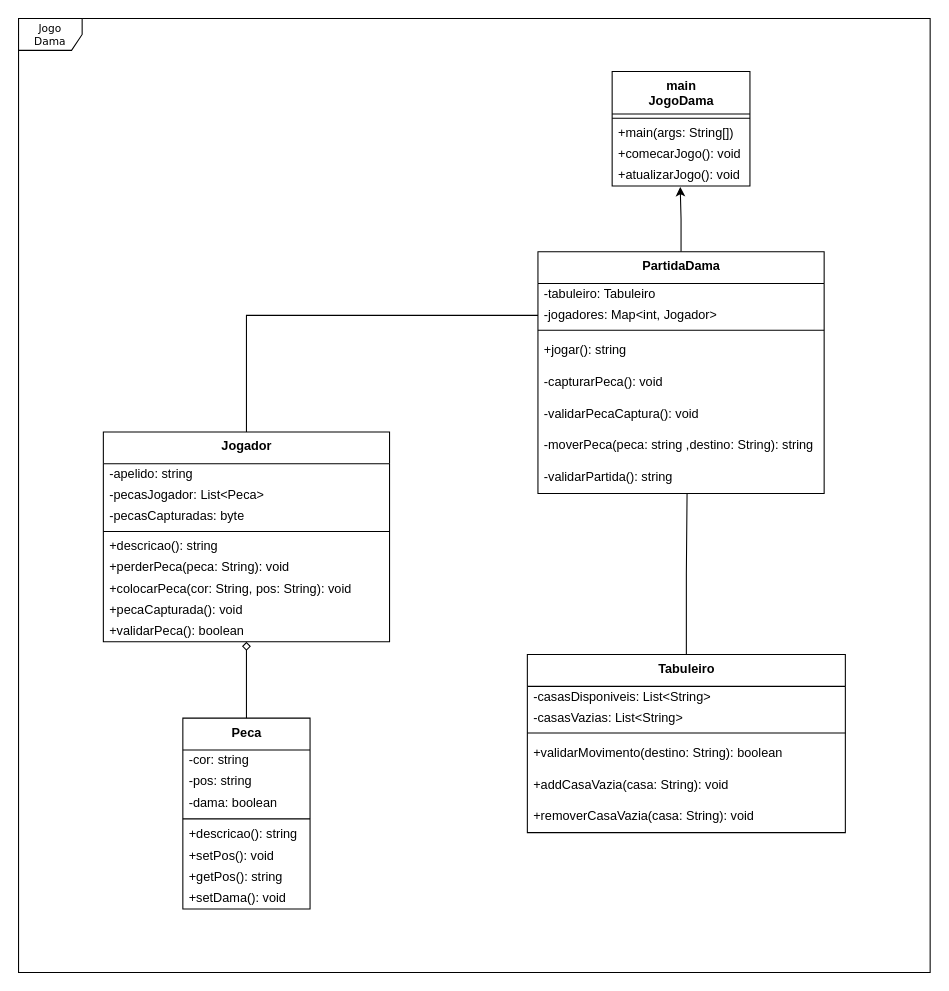
The draw.io diagram Jogo_Dama.drawio in leoaugusto02/JogoDama, before the edit. Source tidied: cells renumbered, new cells numbered last; positions are measured from the earlier drawing's top-left corner, leaving out a move shared by most shapes. Both pictures are drawn from the tidied source at 106%, with x=0, y=0 at pixel (18, 18).
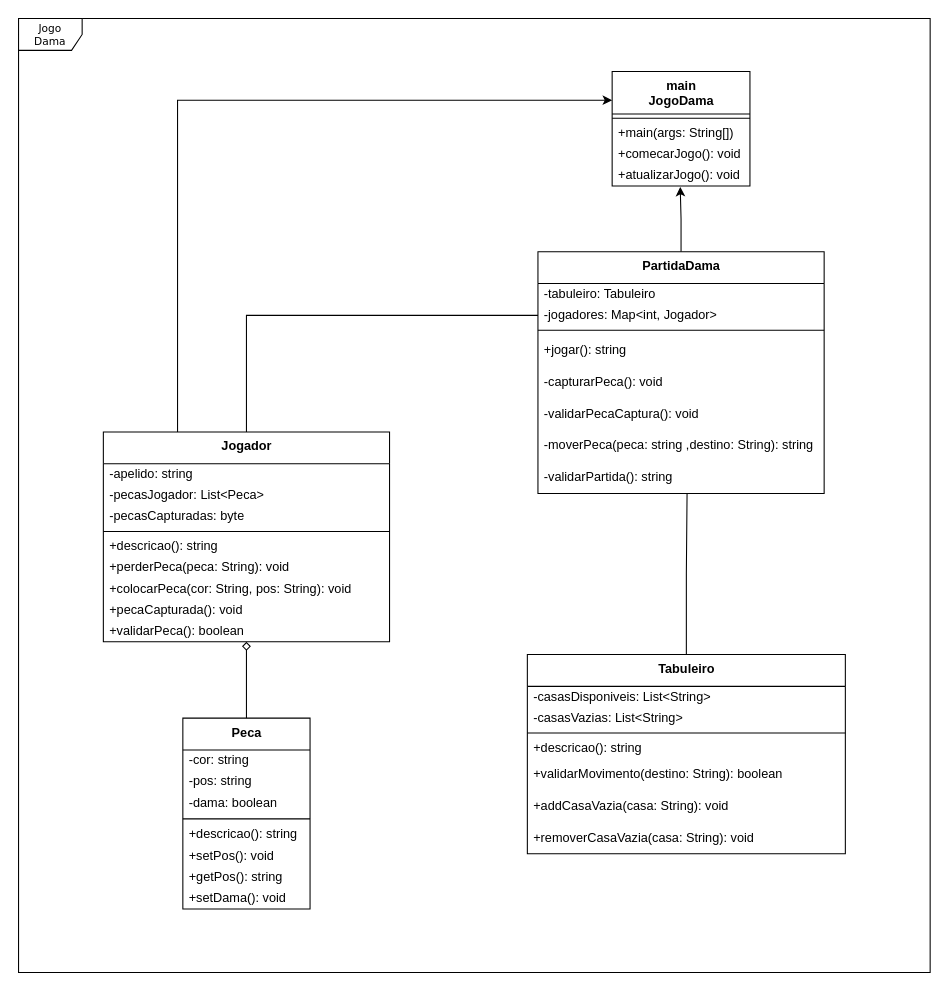
The same diagram, later.

The change refers to these unchanged cells:
```xml
<mxCell id="19" value="&lt;b&gt;Jogador&lt;/b&gt;" style="swimlane;fontStyle=0;align=center;verticalAlign=top;horizontal=1;startSize=30;html=1;" parent="1" vertex="1">
  <mxGeometry x="80" y="390" width="270" height="198" as="geometry" />
</mxCell>
<mxCell id="47" value="&lt;b&gt;main&lt;br&gt;JogoDama&lt;br&gt;&lt;/b&gt;" style="swimlane;fontStyle=0;align=center;verticalAlign=top;horizontal=1;startSize=40;html=1;" parent="1" vertex="1">
  <mxGeometry x="560" y="50" width="130" height="108" as="geometry" />
</mxCell>
```

What changed in the source:
```diff
@@
+    <mxCell id="63" style="edgeStyle=orthogonalEdgeStyle;rounded=0;jettySize=auto;html=1;entryX=0;entryY=0.25;entryDx=0;entryDy=0;" parent="1" edge="1" source="19" target="47">
+      <mxGeometry relative="1" as="geometry">
+        <Array as="points">
+          <mxPoint x="150" y="77" />
+        </Array>
+      </mxGeometry>
+    </mxCell>
@@
     <mxCell id="40" value="&lt;b&gt;Tabuleiro&lt;br&gt;&lt;/b&gt;" style="swimlane;fontStyle=0;align=center;verticalAlign=top;horizontal=1;startSize=30;html=1;" parent="1" vertex="1">
-      <mxGeometry x="480" y="600" width="300" height="168" as="geometry" />
+      <mxGeometry x="480" y="600" width="300" height="188" as="geometry" />
     </mxCell>
@@
+    <mxCell id="64" value="+descricao(): string" style="text;html=1;strokeColor=none;fillColor=none;align=left;verticalAlign=middle;spacingLeft=4;spacingRight=4;overflow=hidden;" parent="40" vertex="1">
+      <mxGeometry y="78" width="300" height="20" as="geometry" />
+    </mxCell>
     <mxCell id="44" value="+validarMovimento(destino: String): boolean" style="text;html=1;strokeColor=none;fillColor=none;align=left;verticalAlign=middle;spacingLeft=4;spacingRight=4;overflow=hidden;" parent="40" vertex="1">
-      <mxGeometry y="78" width="300" height="30" as="geometry" />
+      <mxGeometry y="98" width="300" height="30" as="geometry" />
     </mxCell>
     <mxCell id="45" value="+addCasaVazia(casa: String): void" style="text;html=1;strokeColor=none;fillColor=none;align=left;verticalAlign=middle;spacingLeft=4;spacingRight=4;overflow=hidden;" parent="40" vertex="1">
-      <mxGeometry y="108" width="300" height="30" as="geometry" />
+      <mxGeometry y="128" width="300" height="30" as="geometry" />
     </mxCell>
     <mxCell id="46" value="+removerCasaVazia(casa: String): void" style="text;html=1;strokeColor=none;fillColor=none;align=left;verticalAlign=middle;spacingLeft=4;spacingRight=4;overflow=hidden;" parent="40" vertex="1">
-      <mxGeometry y="138" width="300" height="30" as="geometry" />
+      <mxGeometry y="158" width="300" height="30" as="geometry" />
     </mxCell>
```
